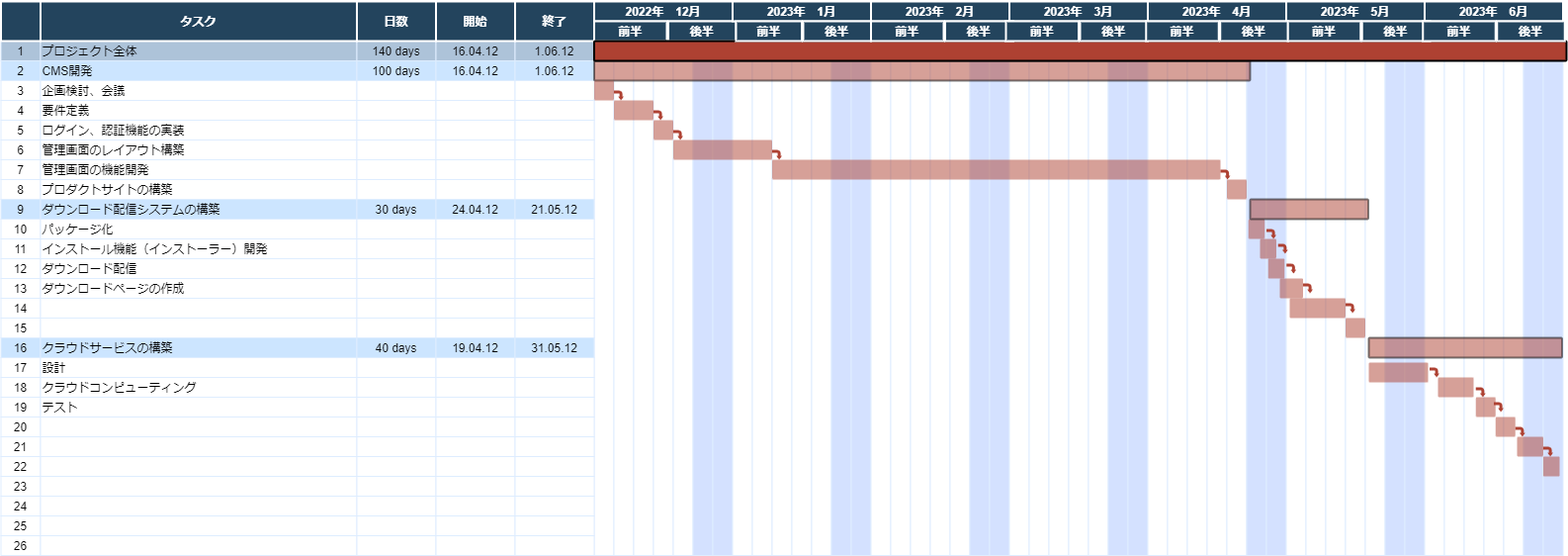
Earlier version of the draw.io export スケジュール.drawio.png (buyodo/webgis-doc). Source tidied: cells renumbered, new cells last; positions are measured from the earlier drawing's top-left corner, leaving out a move shared by most shapes.
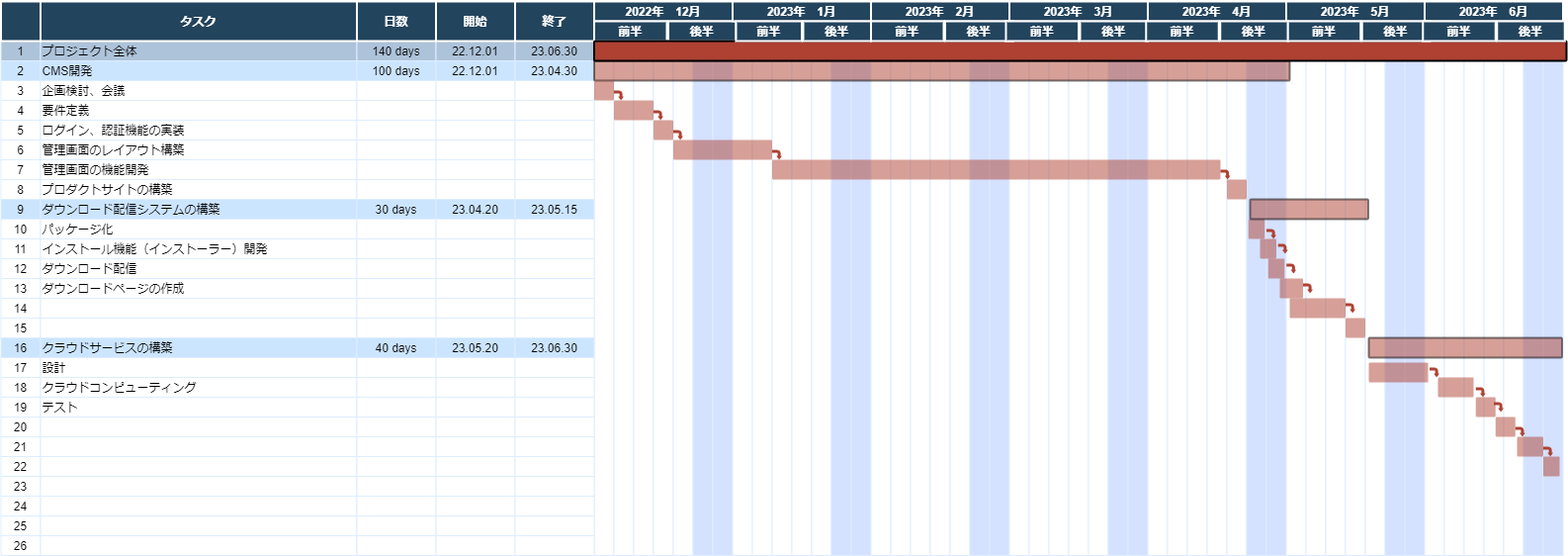
Later version of the same file.

Commit message:
スケジュール.drawio.png を更新します

What changed in the source:
```diff
@@ -11,10 +11,10 @@
     <mxCell id="4" value="140 days" style="strokeColor=#DEEDFF;fillColor=#ADC3D9;" parent="1" vertex="1">
       <mxGeometry x="360.5" y="40" width="80" height="20" as="geometry" />
     </mxCell>
-    <mxCell id="5" value="16.04.12" style="strokeColor=#DEEDFF;fillColor=#ADC3D9;" parent="1" vertex="1">
+    <mxCell id="5" value="22.12.01" style="strokeColor=#DEEDFF;fillColor=#ADC3D9;" parent="1" vertex="1">
       <mxGeometry x="440.5" y="40" width="80" height="20" as="geometry" />
     </mxCell>
-    <mxCell id="6" value="1.06.12" style="strokeColor=#DEEDFF;fillColor=#ADC3D9;" parent="1" vertex="1">
+    <mxCell id="6" value="23.06.30" style="strokeColor=#DEEDFF;fillColor=#ADC3D9;" parent="1" vertex="1">
       <mxGeometry x="520.5" y="40" width="80" height="20" as="geometry" />
     </mxCell>
     <mxCell id="7" style="strokeColor=#DEEDFF;" parent="1" vertex="1">
@@ -29,10 +29,10 @@
     <mxCell id="10" value="100 days" style="strokeColor=#DEEDFF;fillColor=#CCE5FF;" parent="1" vertex="1">
       <mxGeometry x="360.5" y="60" width="80" height="20" as="geometry" />
     </mxCell>
-    <mxCell id="11" value="16.04.12" style="strokeColor=#DEEDFF;fillColor=#CCE5FF;" parent="1" vertex="1">
+    <mxCell id="11" value="22.12.01" style="strokeColor=#DEEDFF;fillColor=#CCE5FF;" parent="1" vertex="1">
       <mxGeometry x="440.5" y="60" width="80" height="20" as="geometry" />
     </mxCell>
-    <mxCell id="12" value="1.06.12" style="strokeColor=#DEEDFF;fillColor=#CCE5FF;" parent="1" vertex="1">
+    <mxCell id="12" value="23.04.30" style="strokeColor=#DEEDFF;fillColor=#CCE5FF;" parent="1" vertex="1">
       <mxGeometry x="520.5" y="60" width="80" height="20" as="geometry" />
     </mxCell>
     <mxCell id="13" value="3" style="strokeColor=#DEEDFF;" parent="1" vertex="1">
@@ -134,10 +134,10 @@
     <mxCell id="45" value="30 days" style="strokeColor=#DEEDFF;fillColor=#CCE5FF;" parent="1" vertex="1">
       <mxGeometry x="360.5" y="200" width="80" height="20" as="geometry" />
     </mxCell>
-    <mxCell id="46" value="24.04.12" style="strokeColor=#DEEDFF;fillColor=#CCE5FF;" parent="1" vertex="1">
+    <mxCell id="46" value="23.04.20" style="strokeColor=#DEEDFF;fillColor=#CCE5FF;" parent="1" vertex="1">
       <mxGeometry x="440.5" y="200" width="80" height="20" as="geometry" />
     </mxCell>
-    <mxCell id="47" value="21.05.12" style="strokeColor=#DEEDFF;fillColor=#CCE5FF;" parent="1" vertex="1">
+    <mxCell id="47" value="23.05.15" style="strokeColor=#DEEDFF;fillColor=#CCE5FF;" parent="1" vertex="1">
       <mxGeometry x="520.5" y="200" width="80" height="20" as="geometry" />
     </mxCell>
     <mxCell id="48" value="10" style="strokeColor=#DEEDFF;" parent="1" vertex="1">
@@ -239,10 +239,10 @@
     <mxCell id="80" value="40 days" style="strokeColor=#DEEDFF;fillColor=#CCE5FF;" parent="1" vertex="1">
       <mxGeometry x="360.5" y="340" width="80" height="20" as="geometry" />
     </mxCell>
-    <mxCell id="81" value="19.04.12" style="strokeColor=#DEEDFF;fillColor=#CCE5FF;" parent="1" vertex="1">
+    <mxCell id="81" value="23.05.20" style="strokeColor=#DEEDFF;fillColor=#CCE5FF;" parent="1" vertex="1">
       <mxGeometry x="440.5" y="340" width="80" height="20" as="geometry" />
     </mxCell>
-    <mxCell id="82" value="31.05.12" style="strokeColor=#DEEDFF;fillColor=#CCE5FF;" parent="1" vertex="1">
+    <mxCell id="82" value="23.06.30" style="strokeColor=#DEEDFF;fillColor=#CCE5FF;" parent="1" vertex="1">
       <mxGeometry x="520.5" y="340" width="80" height="20" as="geometry" />
     </mxCell>
     <mxCell id="83" value="17" style="strokeColor=#DEEDFF;" parent="1" vertex="1">
@@ -587,7 +587,7 @@
       <mxGeometry x="1440.5" width="140" height="20" as="geometry" />
     </mxCell>
     <mxCell id="196" style="shape=mxgraph.flowchart.process;fillColor=#AE4132;strokeColor=#000000;strokeWidth=2;opacity=50;" parent="1" vertex="1">
-      <mxGeometry x="600.5" y="60" width="663.5" height="20" as="geometry" />
+      <mxGeometry x="600.5" y="60" width="703.5" height="20" as="geometry" />
     </mxCell>
     <mxCell id="197" style="shape=mxgraph.arrows.bent_right_arrow;fillColor=#AE4132;strokeColor=none;strokeWidth=2;direction=south;" parent="1" vertex="1">
       <mxGeometry x="620.5" y="90" width="10" height="10" as="geometry" />
```
